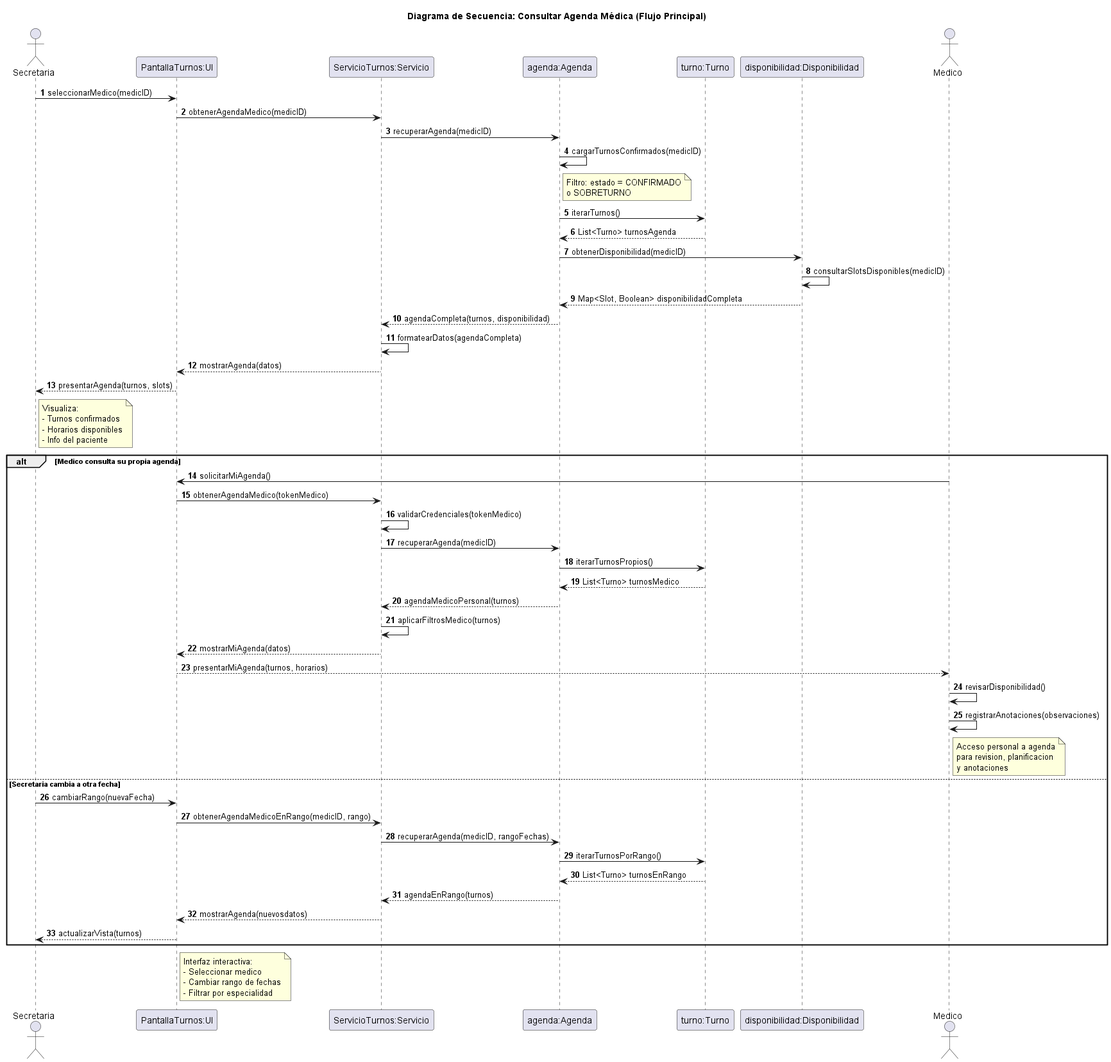
Before: diagramas/05-diagramas-secuencia/05-secuencia-consultar-agenda-medica-flujo-principal-05.png, a diagram exported from PlantUML (Purezaamor/SistemaTurnosMedicos).
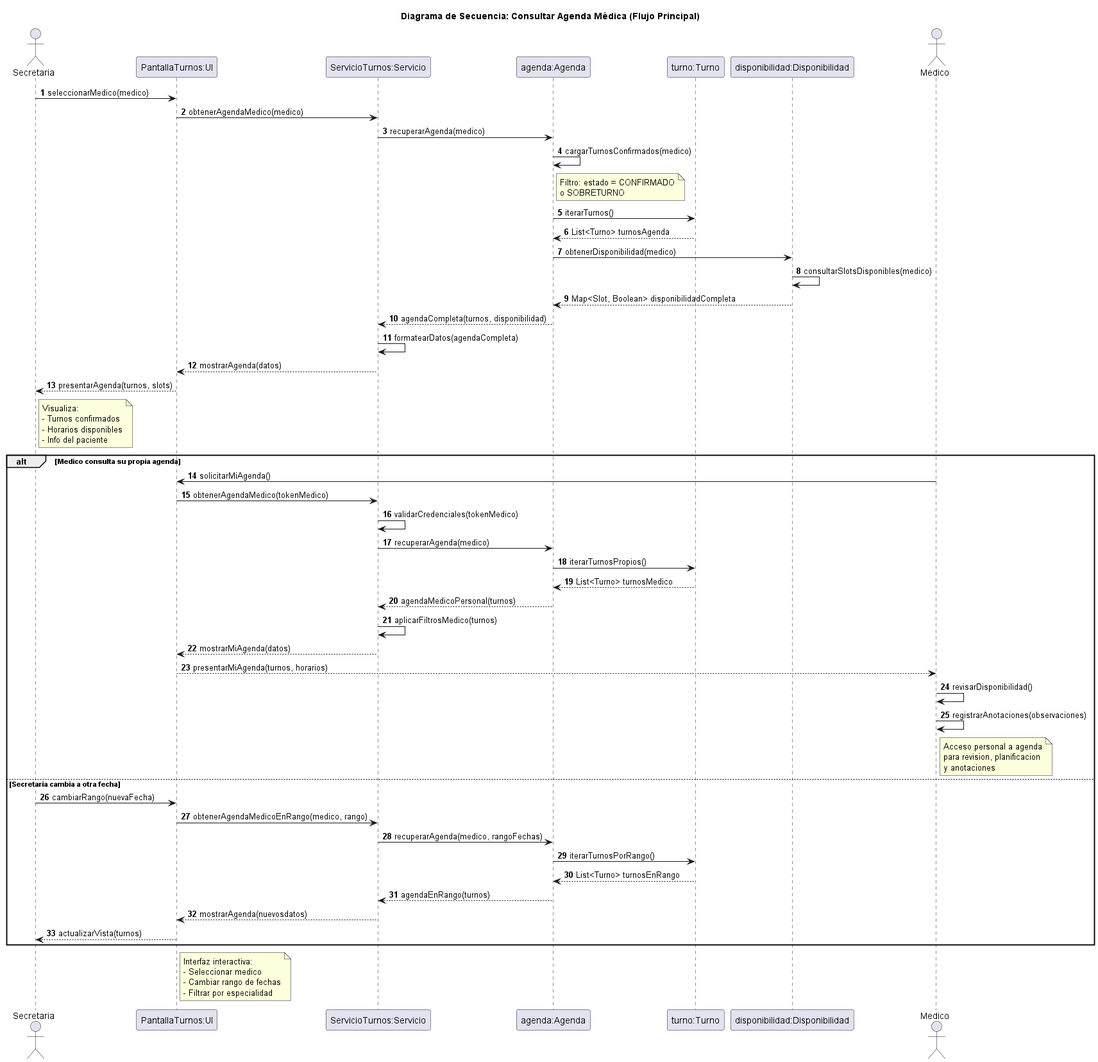
The same file after the commit.

What changed in the source:
```diff
@@ -11,18 +11,18 @@
 
 autonumber
 
-Secretaria -> UI: seleccionarMedico(medicID)
-UI -> Servicio: obtenerAgendaMedico(medicID)
-Servicio -> Agenda: recuperarAgenda(medicID)
-Agenda -> Agenda: cargarTurnosConfirmados(medicID)
+Secretaria -> UI: seleccionarMedico(medico)
+UI -> Servicio: obtenerAgendaMedico(medico)
+Servicio -> Agenda: recuperarAgenda(medico)
+Agenda -> Agenda: cargarTurnosConfirmados(medico)
 note right of Agenda
   Filtro: estado = CONFIRMADO
   o SOBRETURNO
 end note
 Agenda -> Turno: iterarTurnos()
 Turno --> Agenda: List<Turno> turnosAgenda
-Agenda -> Disp: obtenerDisponibilidad(medicID)
-Disp -> Disp: consultarSlotsDisponibles(medicID)
+Agenda -> Disp: obtenerDisponibilidad(medico)
+Disp -> Disp: consultarSlotsDisponibles(medico)
 Disp --> Agenda: Map<Slot, Boolean> disponibilidadCompleta
 Agenda --> Servicio: agendaCompleta(turnos, disponibilidad)
 Servicio -> Servicio: formatearDatos(agendaCompleta)
@@ -39,7 +39,7 @@
   Medico -> UI: solicitarMiAgenda()
   UI -> Servicio: obtenerAgendaMedico(tokenMedico)
   Servicio -> Servicio: validarCredenciales(tokenMedico)
-  Servicio -> Agenda: recuperarAgenda(medicID)
+  Servicio -> Agenda: recuperarAgenda(medico)
   Agenda -> Turno: iterarTurnosPropios()
   Turno --> Agenda: List<Turno> turnosMedico
   Agenda --> Servicio: agendaMedicoPersonal(turnos)
@@ -56,8 +56,8 @@
   end note
 else Secretaria cambia a otra fecha
   Secretaria -> UI: cambiarRango(nuevaFecha)
-  UI -> Servicio: obtenerAgendaMedicoEnRango(medicID, rango)
-  Servicio -> Agenda: recuperarAgenda(medicID, rangoFechas)
+  UI -> Servicio: obtenerAgendaMedicoEnRango(medico, rango)
+  Servicio -> Agenda: recuperarAgenda(medico, rangoFechas)
   Agenda -> Turno: iterarTurnosPorRango()
   Turno --> Agenda: List<Turno> turnosEnRango
   Agenda --> Servicio: agendaEnRango(turnos)
```
